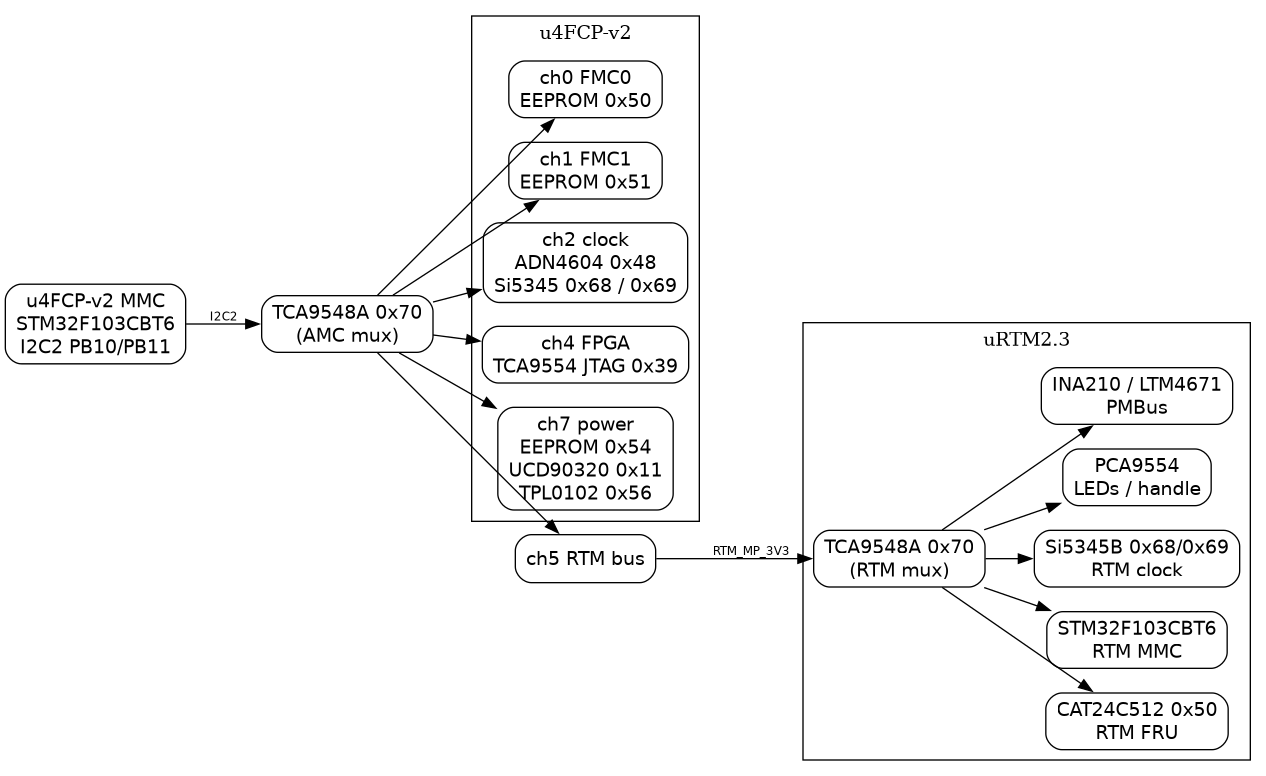
Above: docs/u4fcp-v2-i2c-map.png in palzhj/openMMC_uFC (Graphviz), before the change. Its source is kept beside it as docs/u4fcp-v2-i2c-map.dot.
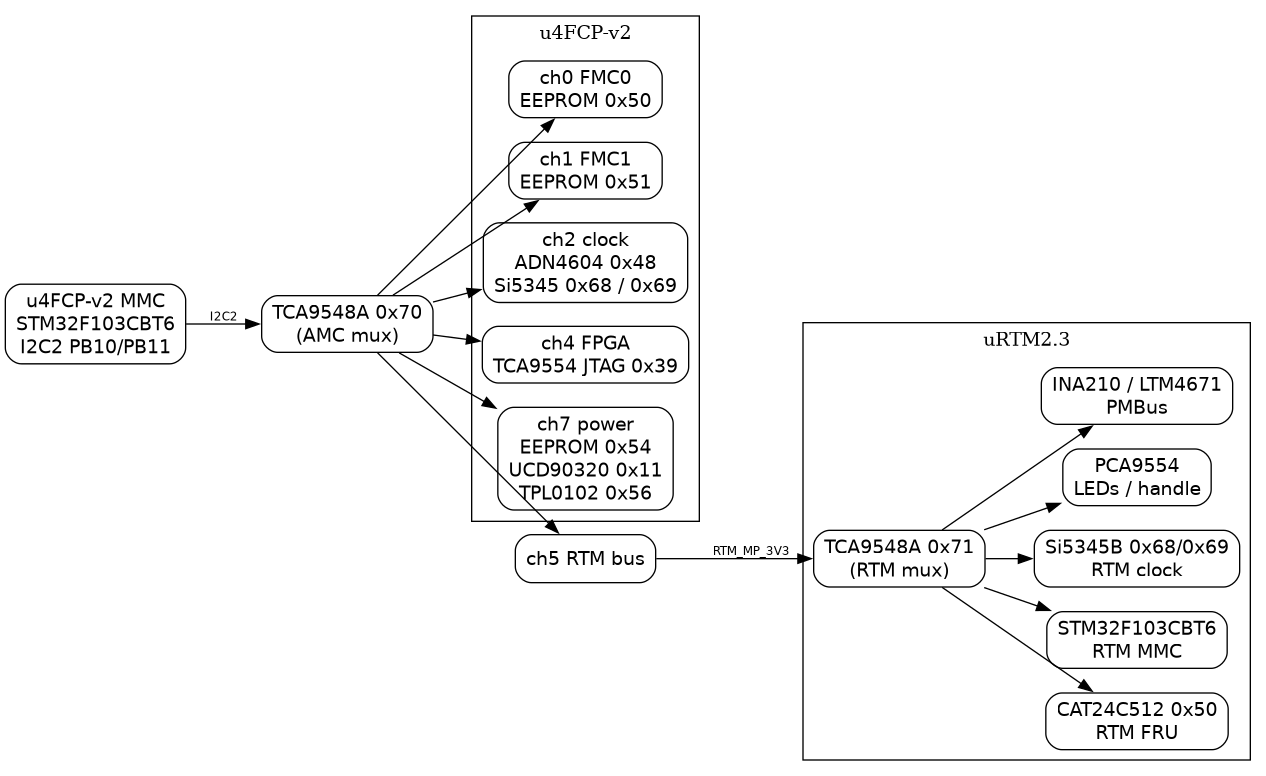
After the commit.

Commit message:
docs: the uRTM2.3 mux is at 0x71 (not 0x70)

What changed in the source:
```diff
@@ -22,7 +22,7 @@
 
   subgraph cluster_rtm {
     label="uRTM2.3";
-    rtmmux [label="TCA9548A 0x70\n(RTM mux)"];
+    rtmmux [label="TCA9548A 0x71\n(RTM mux)"];
     fru [label="CAT24C512 0x50\nRTM FRU"];
     mmc [label="STM32F103CBT6\nRTM MMC"];
     pll [label="Si5345B 0x68/0x69\nRTM clock"];
```
